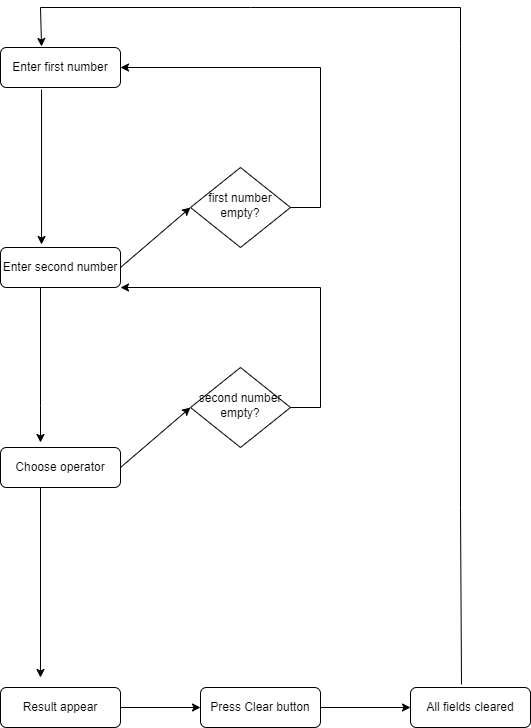
Before: planning/calculator.drawio.png, a diagram exported from draw.io (popo26/Module4-Lab3-Calculator). Source tidied: cells renumbered, new cells last; positions are measured from the earlier drawing's top-left corner, leaving out a move shared by most shapes. The source it was exported from:
```xml
<mxGraphModel>
  <root>
    <mxCell id="0" />
    <mxCell id="1" parent="0" />
    <mxCell id="2" value="Enter first number" style="rounded=1;whiteSpace=wrap;html=1;fontSize=12;glass=0;strokeWidth=1;shadow=0;" parent="1" vertex="1">
      <mxGeometry y="40" width="120" height="40" as="geometry" />
    </mxCell>
    <mxCell id="3" value="Choose operator" style="rounded=1;whiteSpace=wrap;html=1;fontSize=12;glass=0;strokeWidth=1;shadow=0;" parent="1" vertex="1">
      <mxGeometry y="440" width="120" height="40" as="geometry" />
    </mxCell>
    <mxCell id="4" value="first number empty?" style="rhombus;whiteSpace=wrap;html=1;shadow=0;fontFamily=Helvetica;fontSize=12;align=center;strokeWidth=1;spacing=6;spacingTop=-4;" parent="1" vertex="1">
      <mxGeometry x="190" y="160" width="100" height="80" as="geometry" />
    </mxCell>
    <mxCell id="5" value="Press Clear button" style="rounded=1;whiteSpace=wrap;html=1;fontSize=12;glass=0;strokeWidth=1;shadow=0;" parent="1" vertex="1">
      <mxGeometry x="200" y="680" width="120" height="40" as="geometry" />
    </mxCell>
    <mxCell id="6" value="All fields cleared" style="rounded=1;whiteSpace=wrap;html=1;fontSize=12;glass=0;strokeWidth=1;shadow=0;" parent="1" vertex="1">
      <mxGeometry x="410" y="680" width="120" height="40" as="geometry" />
    </mxCell>
    <mxCell id="7" value="Enter second number" style="rounded=1;whiteSpace=wrap;html=1;fontSize=12;glass=0;strokeWidth=1;shadow=0;" parent="1" vertex="1">
      <mxGeometry y="240" width="120" height="40" as="geometry" />
    </mxCell>
    <mxCell id="8" value="Result appear" style="rounded=1;whiteSpace=wrap;html=1;fontSize=12;glass=0;strokeWidth=1;shadow=0;" parent="1" vertex="1">
      <mxGeometry y="680" width="120" height="40" as="geometry" />
    </mxCell>
    <mxCell id="9" value="second number empty?" style="rhombus;whiteSpace=wrap;html=1;shadow=0;fontFamily=Helvetica;fontSize=12;align=center;strokeWidth=1;spacing=6;spacingTop=-4;" parent="1" vertex="1">
      <mxGeometry x="190" y="360" width="100" height="80" as="geometry" />
    </mxCell>
    <mxCell id="10" style="endArrow=classic;html=1;rounded=0;exitX=0.342;exitY=1.05;exitDx=0;exitDy=0;exitPerimeter=0;entryX=0.342;entryY=-0.075;entryDx=0;entryDy=0;entryPerimeter=0;" parent="1" edge="1" source="2" target="7">
      <mxGeometry relative="1" as="geometry" />
    </mxCell>
    <mxCell id="11" style="endArrow=classic;html=1;rounded=0;exitX=0.342;exitY=1.05;exitDx=0;exitDy=0;exitPerimeter=0;entryX=0.342;entryY=-0.075;entryDx=0;entryDy=0;entryPerimeter=0;" parent="1" edge="1">
      <mxGeometry relative="1" as="geometry">
        <mxPoint x="40" y="280" as="sourcePoint" />
        <mxPoint x="40" y="435" as="targetPoint" />
        <Array as="points">
          <mxPoint x="40" y="398" />
        </Array>
      </mxGeometry>
    </mxCell>
    <mxCell id="12" style="endArrow=classic;html=1;rounded=0;exitX=0.342;exitY=1.05;exitDx=0;exitDy=0;exitPerimeter=0;" parent="1" edge="1">
      <mxGeometry relative="1" as="geometry">
        <mxPoint x="40" y="480" as="sourcePoint" />
        <mxPoint x="40" y="670" as="targetPoint" />
      </mxGeometry>
    </mxCell>
    <mxCell id="13" style="endArrow=classic;html=1;rounded=0;exitX=1;exitY=0.5;exitDx=0;exitDy=0;entryX=1;entryY=0.5;entryDx=0;entryDy=0;" parent="1" edge="1" source="4" target="2">
      <mxGeometry relative="1" as="geometry">
        <Array as="points">
          <mxPoint x="320" y="200" />
          <mxPoint x="320" y="60" />
        </Array>
      </mxGeometry>
    </mxCell>
    <mxCell id="14" style="endArrow=classic;html=1;rounded=0;exitX=1;exitY=0.5;exitDx=0;exitDy=0;entryX=0;entryY=0.5;entryDx=0;entryDy=0;" parent="1" edge="1" source="7" target="4">
      <mxGeometry relative="1" as="geometry" />
    </mxCell>
    <mxCell id="15" style="endArrow=classic;html=1;rounded=0;exitX=1;exitY=0.5;exitDx=0;exitDy=0;entryX=0;entryY=0.5;entryDx=0;entryDy=0;" parent="1" edge="1" source="3" target="9">
      <mxGeometry relative="1" as="geometry" />
    </mxCell>
    <mxCell id="16" style="endArrow=classic;html=1;rounded=0;exitX=1;exitY=0.5;exitDx=0;exitDy=0;entryX=1;entryY=1;entryDx=0;entryDy=0;" parent="1" edge="1" source="9" target="7">
      <mxGeometry relative="1" as="geometry">
        <Array as="points">
          <mxPoint x="320" y="400" />
          <mxPoint x="320" y="280" />
        </Array>
      </mxGeometry>
    </mxCell>
    <mxCell id="17" style="endArrow=classic;html=1;rounded=0;exitX=1;exitY=0.5;exitDx=0;exitDy=0;entryX=0;entryY=0.5;entryDx=0;entryDy=0;" parent="1" edge="1" source="8" target="5">
      <mxGeometry relative="1" as="geometry" />
    </mxCell>
    <mxCell id="18" style="endArrow=classic;html=1;rounded=0;exitX=1;exitY=0.5;exitDx=0;exitDy=0;entryX=0;entryY=0.5;entryDx=0;entryDy=0;" parent="1" edge="1" source="5" target="6">
      <mxGeometry relative="1" as="geometry" />
    </mxCell>
    <mxCell id="19" style="endArrow=classic;html=1;rounded=0;entryX=0.342;entryY=-0.025;entryDx=0;entryDy=0;entryPerimeter=0;exitX=0.425;exitY=-0.075;exitDx=0;exitDy=0;exitPerimeter=0;" parent="1" edge="1" source="6" target="2">
      <mxGeometry relative="1" as="geometry">
        <Array as="points">
          <mxPoint x="460" y="500" />
          <mxPoint x="460" y="39" />
          <mxPoint x="460" />
          <mxPoint x="250" />
          <mxPoint x="40" />
        </Array>
      </mxGeometry>
    </mxCell>
  </root>
</mxGraphModel>
```
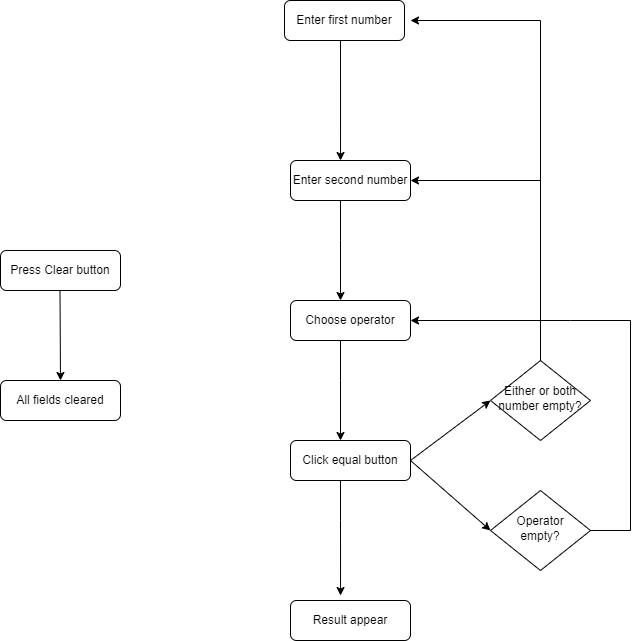
The same diagram one commit later.

Change to the diagram source:
```diff
@@ -3,85 +3,100 @@
     <mxCell id="0" />
     <mxCell id="1" parent="0" />
     <mxCell id="2" value="Enter first number" style="rounded=1;whiteSpace=wrap;html=1;fontSize=12;glass=0;strokeWidth=1;shadow=0;" parent="1" vertex="1">
-      <mxGeometry y="40" width="120" height="40" as="geometry" />
+      <mxGeometry x="194" y="40" width="120" height="40" as="geometry" />
     </mxCell>
-    <mxCell id="3" value="Choose operator" style="rounded=1;whiteSpace=wrap;html=1;fontSize=12;glass=0;strokeWidth=1;shadow=0;" parent="1" vertex="1">
-      <mxGeometry y="440" width="120" height="40" as="geometry" />
+    <mxCell id="3" value="Click equal button" style="rounded=1;whiteSpace=wrap;html=1;fontSize=12;glass=0;strokeWidth=1;shadow=0;" parent="1" vertex="1">
+      <mxGeometry x="200" y="480" width="120" height="40" as="geometry" />
     </mxCell>
-    <mxCell id="4" value="first number empty?" style="rhombus;whiteSpace=wrap;html=1;shadow=0;fontFamily=Helvetica;fontSize=12;align=center;strokeWidth=1;spacing=6;spacingTop=-4;" parent="1" vertex="1">
-      <mxGeometry x="190" y="160" width="100" height="80" as="geometry" />
+    <mxCell id="4" value="Either or both number empty?" style="rhombus;whiteSpace=wrap;html=1;shadow=0;fontFamily=Helvetica;fontSize=12;align=center;strokeWidth=1;spacing=6;spacingTop=-4;" parent="1" vertex="1">
+      <mxGeometry x="400" y="400" width="100" height="80" as="geometry" />
     </mxCell>
     <mxCell id="5" value="Press Clear button" style="rounded=1;whiteSpace=wrap;html=1;fontSize=12;glass=0;strokeWidth=1;shadow=0;" parent="1" vertex="1">
-      <mxGeometry x="200" y="680" width="120" height="40" as="geometry" />
+      <mxGeometry x="-90" y="290" width="120" height="40" as="geometry" />
     </mxCell>
     <mxCell id="6" value="All fields cleared" style="rounded=1;whiteSpace=wrap;html=1;fontSize=12;glass=0;strokeWidth=1;shadow=0;" parent="1" vertex="1">
-      <mxGeometry x="410" y="680" width="120" height="40" as="geometry" />
+      <mxGeometry x="-90" y="420" width="120" height="40" as="geometry" />
     </mxCell>
     <mxCell id="7" value="Enter second number" style="rounded=1;whiteSpace=wrap;html=1;fontSize=12;glass=0;strokeWidth=1;shadow=0;" parent="1" vertex="1">
-      <mxGeometry y="240" width="120" height="40" as="geometry" />
+      <mxGeometry x="200" y="200" width="120" height="40" as="geometry" />
     </mxCell>
     <mxCell id="8" value="Result appear" style="rounded=1;whiteSpace=wrap;html=1;fontSize=12;glass=0;strokeWidth=1;shadow=0;" parent="1" vertex="1">
-      <mxGeometry y="680" width="120" height="40" as="geometry" />
+      <mxGeometry x="200" y="640" width="120" height="40" as="geometry" />
     </mxCell>
-    <mxCell id="9" value="second number empty?" style="rhombus;whiteSpace=wrap;html=1;shadow=0;fontFamily=Helvetica;fontSize=12;align=center;strokeWidth=1;spacing=6;spacingTop=-4;" parent="1" vertex="1">
-      <mxGeometry x="190" y="360" width="100" height="80" as="geometry" />
-    </mxCell>
-    <mxCell id="10" style="endArrow=classic;html=1;rounded=0;exitX=0.342;exitY=1.05;exitDx=0;exitDy=0;exitPerimeter=0;entryX=0.342;entryY=-0.075;entryDx=0;entryDy=0;entryPerimeter=0;" parent="1" edge="1" source="2" target="7">
-      <mxGeometry relative="1" as="geometry" />
+    <mxCell id="10" style="endArrow=classic;html=1;rounded=0;entryX=0.417;entryY=0;entryDx=0;entryDy=0;entryPerimeter=0;" parent="1" edge="1" target="7">
+      <mxGeometry relative="1" as="geometry">
+        <mxPoint x="250" y="80" as="sourcePoint" />
+      </mxGeometry>
     </mxCell>
-    <mxCell id="11" style="endArrow=classic;html=1;rounded=0;exitX=0.342;exitY=1.05;exitDx=0;exitDy=0;exitPerimeter=0;entryX=0.342;entryY=-0.075;entryDx=0;entryDy=0;entryPerimeter=0;" parent="1" edge="1">
-      <mxGeometry relative="1" as="geometry">
-        <mxPoint x="40" y="280" as="sourcePoint" />
-        <mxPoint x="40" y="435" as="targetPoint" />
-        <Array as="points">
-          <mxPoint x="40" y="398" />
-        </Array>
-      </mxGeometry>
-    </mxCell>
-    <mxCell id="12" style="endArrow=classic;html=1;rounded=0;exitX=0.342;exitY=1.05;exitDx=0;exitDy=0;exitPerimeter=0;" parent="1" edge="1">
-      <mxGeometry relative="1" as="geometry">
-        <mxPoint x="40" y="480" as="sourcePoint" />
-        <mxPoint x="40" y="670" as="targetPoint" />
-      </mxGeometry>
-    </mxCell>
-    <mxCell id="13" style="endArrow=classic;html=1;rounded=0;exitX=1;exitY=0.5;exitDx=0;exitDy=0;entryX=1;entryY=0.5;entryDx=0;entryDy=0;" parent="1" edge="1" source="4" target="2">
-      <mxGeometry relative="1" as="geometry">
-        <Array as="points">
-          <mxPoint x="320" y="200" />
-          <mxPoint x="320" y="60" />
-        </Array>
-      </mxGeometry>
-    </mxCell>
-    <mxCell id="14" style="endArrow=classic;html=1;rounded=0;exitX=1;exitY=0.5;exitDx=0;exitDy=0;entryX=0;entryY=0.5;entryDx=0;entryDy=0;" parent="1" edge="1" source="7" target="4">
-      <mxGeometry relative="1" as="geometry" />
-    </mxCell>
-    <mxCell id="15" style="endArrow=classic;html=1;rounded=0;exitX=1;exitY=0.5;exitDx=0;exitDy=0;entryX=0;entryY=0.5;entryDx=0;entryDy=0;" parent="1" edge="1" source="3" target="9">
-      <mxGeometry relative="1" as="geometry" />
-    </mxCell>
-    <mxCell id="16" style="endArrow=classic;html=1;rounded=0;exitX=1;exitY=0.5;exitDx=0;exitDy=0;entryX=1;entryY=1;entryDx=0;entryDy=0;" parent="1" edge="1" source="9" target="7">
-      <mxGeometry relative="1" as="geometry">
-        <Array as="points">
-          <mxPoint x="320" y="400" />
-          <mxPoint x="320" y="280" />
-        </Array>
-      </mxGeometry>
-    </mxCell>
-    <mxCell id="17" style="endArrow=classic;html=1;rounded=0;exitX=1;exitY=0.5;exitDx=0;exitDy=0;entryX=0;entryY=0.5;entryDx=0;entryDy=0;" parent="1" edge="1" source="8" target="5">
-      <mxGeometry relative="1" as="geometry" />
-    </mxCell>
-    <mxCell id="18" style="endArrow=classic;html=1;rounded=0;exitX=1;exitY=0.5;exitDx=0;exitDy=0;entryX=0;entryY=0.5;entryDx=0;entryDy=0;" parent="1" edge="1" source="5" target="6">
-      <mxGeometry relative="1" as="geometry" />
-    </mxCell>
-    <mxCell id="19" style="endArrow=classic;html=1;rounded=0;entryX=0.342;entryY=-0.025;entryDx=0;entryDy=0;entryPerimeter=0;exitX=0.425;exitY=-0.075;exitDx=0;exitDy=0;exitPerimeter=0;" parent="1" edge="1" source="6" target="2">
-      <mxGeometry relative="1" as="geometry">
-        <Array as="points">
-          <mxPoint x="460" y="500" />
-          <mxPoint x="460" y="39" />
-          <mxPoint x="460" />
-          <mxPoint x="250" />
-          <mxPoint x="40" />
-        </Array>
-      </mxGeometry>
-    </mxCell>
+    <mxCell id="20" value="Choose operator" style="rounded=1;whiteSpace=wrap;html=1;fontSize=12;glass=0;strokeWidth=1;shadow=0;" parent="1" vertex="1">
+      <mxGeometry x="200" y="340" width="120" height="40" as="geometry" />
+    </mxCell>
+    <mxCell id="21" style="endArrow=classic;html=1;rounded=0;" parent="1" edge="1">
+      <mxGeometry relative="1" as="geometry">
+        <mxPoint x="250" y="240" as="sourcePoint" />
+        <mxPoint x="250" y="340" as="targetPoint" />
+        <Array as="points">
+          <mxPoint x="250" y="280" />
+        </Array>
+      </mxGeometry>
+    </mxCell>
+    <mxCell id="22" style="endArrow=classic;html=1;rounded=0;" parent="1" edge="1">
+      <mxGeometry relative="1" as="geometry">
+        <mxPoint x="250" y="380" as="sourcePoint" />
+        <mxPoint x="250" y="480" as="targetPoint" />
+        <Array as="points">
+          <mxPoint x="250" y="420" />
+        </Array>
+      </mxGeometry>
+    </mxCell>
+    <mxCell id="23" style="endArrow=classic;html=1;rounded=0;entryX=0.417;entryY=-0.125;entryDx=0;entryDy=0;entryPerimeter=0;" parent="1" edge="1" target="8">
+      <mxGeometry relative="1" as="geometry">
+        <mxPoint x="250" y="520" as="sourcePoint" />
+        <Array as="points">
+          <mxPoint x="250" y="560" />
+        </Array>
+      </mxGeometry>
+    </mxCell>
+    <mxCell id="24" value="Operator empty?" style="rhombus;whiteSpace=wrap;html=1;shadow=0;fontFamily=Helvetica;fontSize=12;align=center;strokeWidth=1;spacing=6;spacingTop=-4;" parent="1" vertex="1">
+      <mxGeometry x="400" y="530" width="100" height="80" as="geometry" />
+    </mxCell>
+    <mxCell id="25" style="endArrow=classic;html=1;rounded=0;" parent="1" edge="1">
+      <mxGeometry relative="1" as="geometry">
+        <mxPoint x="-30.5" y="330" as="sourcePoint" />
+        <mxPoint x="-30" y="420" as="targetPoint" />
+      </mxGeometry>
+    </mxCell>
+    <mxCell id="26" style="endArrow=classic;html=1;rounded=0;exitX=1;exitY=0.5;exitDx=0;exitDy=0;entryX=0;entryY=0.5;entryDx=0;entryDy=0;" parent="1" edge="1" source="3" target="4">
+      <mxGeometry relative="1" as="geometry" />
+    </mxCell>
+    <mxCell id="27" style="endArrow=classic;html=1;rounded=0;exitX=1;exitY=0.5;exitDx=0;exitDy=0;entryX=0;entryY=0.5;entryDx=0;entryDy=0;" parent="1" edge="1" source="3" target="24">
+      <mxGeometry relative="1" as="geometry" />
+    </mxCell>
+    <mxCell id="28" style="endArrow=classic;html=1;rounded=0;exitX=1;exitY=0.5;exitDx=0;exitDy=0;" parent="1" edge="1">
+      <mxGeometry relative="1" as="geometry">
+        <mxPoint x="450" y="400" as="sourcePoint" />
+        <mxPoint x="320" y="60" as="targetPoint" />
+        <Array as="points">
+          <mxPoint x="450" y="60" />
+        </Array>
+      </mxGeometry>
+    </mxCell>
+    <mxCell id="29" style="endArrow=classic;html=1;rounded=0;entryX=1;entryY=0.5;entryDx=0;entryDy=0;" parent="1" edge="1" target="7">
+      <mxGeometry relative="1" as="geometry">
+        <mxPoint x="450" y="400" as="sourcePoint" />
+        <Array as="points">
+          <mxPoint x="450" y="220" />
+        </Array>
+      </mxGeometry>
+    </mxCell>
+    <mxCell id="30" style="endArrow=classic;html=1;rounded=0;entryX=1;entryY=0.5;entryDx=0;entryDy=0;exitX=1;exitY=0.5;exitDx=0;exitDy=0;" parent="1" edge="1" source="24" target="20">
+      <mxGeometry relative="1" as="geometry">
+        <Array as="points">
+          <mxPoint x="540" y="570" />
+          <mxPoint x="540" y="360" />
+          <mxPoint x="480" y="360" />
+        </Array>
+      </mxGeometry>
+    </mxCell>
   </root>
 </mxGraphModel>
```
